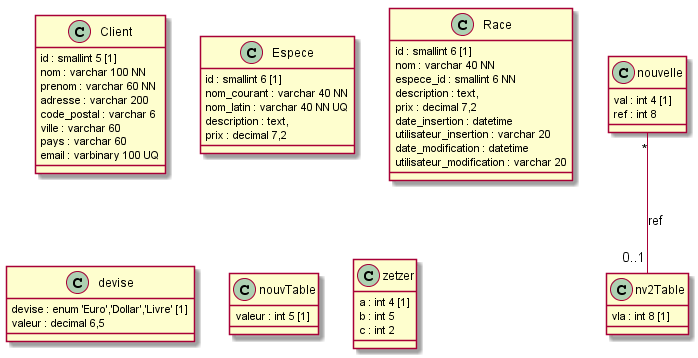
Before: UML/UML.png, a diagram exported from PlantUML (Silmetal/ProjetProgTekGuyader).
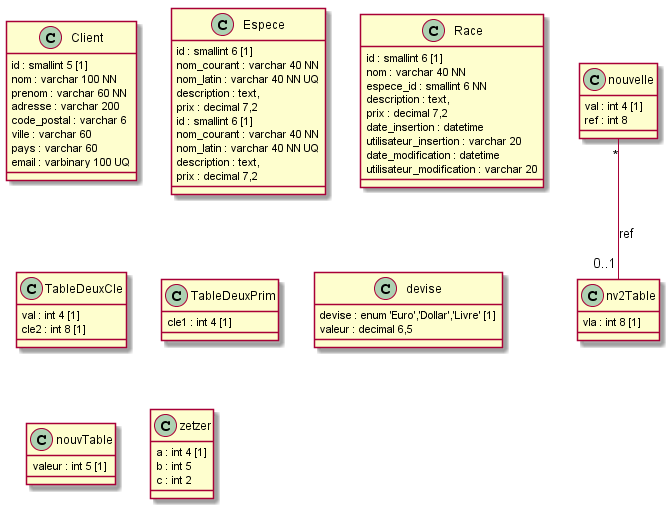
After the change.

Change to the diagram source:
```diff
@@ -18,6 +18,11 @@
 	nom_latin : varchar 40 NN UQ
 	description : text,
 	prix : decimal 7,2
+	id : smallint 6 [1]
+	nom_courant : varchar 40 NN
+	nom_latin : varchar 40 NN UQ
+	description : text,
+	prix : decimal 7,2
 }
 
 class Race {
@@ -30,6 +35,15 @@
 	utilisateur_insertion : varchar 20
 	date_modification : datetime
 	utilisateur_modification : varchar 20
+}
+
+class TableDeuxCle {
+	val : int 4 [1]
+	cle2 : int 8 [1]
+}
+
+class TableDeuxPrim {
+	cle1 : int 4 [1]
 }
 
 class devise {
@@ -56,7 +70,7 @@
 	c : int 2
 }
 
-nouvelle "*" -- "0..1"   nv2Table : ref
+nouvelle "*" -- "0..1" nv2Table : ref
 
 
 @enduml
```
